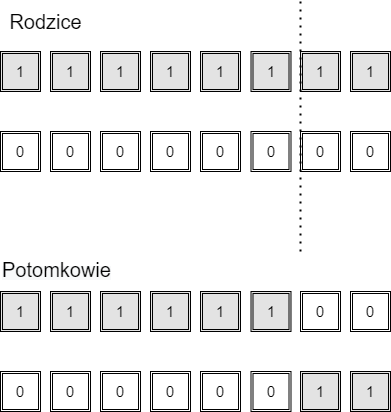
Above: grafika/ag_krzyzowanie.png in KamilLetowski/mgr (draw.io), before the change. Source tidied: cells renumbered, new cells last; positions are measured from the earlier drawing's top-left corner, leaving out a move shared by most shapes.
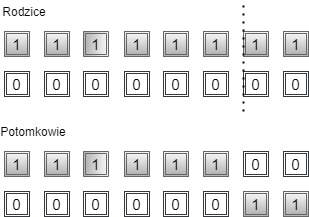
Above is the later version.

What changed in the source:
```diff
@@ -2,113 +2,113 @@
   <root>
     <mxCell id="0" />
     <mxCell id="1" parent="0" />
+    <mxCell id="37" value="&lt;span style=&quot;font-size: 15px&quot;&gt;1&lt;/span&gt;" style="shape=ext;double=1;rounded=0;whiteSpace=wrap;html=1;strokeColor=#666666;fillColor=#f5f5f5;gradientColor=#b3b3b3;" parent="1" vertex="1">
+      <mxGeometry x="201" y="140" width="25" height="25" as="geometry" />
+    </mxCell>
+    <mxCell id="38" value="&lt;span style=&quot;font-size: 15px&quot;&gt;1&lt;/span&gt;" style="shape=ext;double=1;rounded=0;whiteSpace=wrap;html=1;fillColor=#f5f5f5;strokeColor=#666666;direction=south;gradientColor=#b3b3b3;" parent="1" vertex="1">
+      <mxGeometry x="240" y="140" width="25" height="25" as="geometry" />
+    </mxCell>
+    <mxCell id="39" value="&lt;span style=&quot;font-size: 15px&quot;&gt;1&lt;/span&gt;" style="shape=ext;double=1;rounded=0;whiteSpace=wrap;html=1;gradientColor=#b3b3b3;fillColor=#f5f5f5;strokeColor=#666666;" parent="1" vertex="1">
+      <mxGeometry x="281" y="140" width="25" height="25" as="geometry" />
+    </mxCell>
+    <mxCell id="40" value="&lt;span style=&quot;font-size: 15px&quot;&gt;1&lt;/span&gt;" style="shape=ext;double=1;rounded=0;whiteSpace=wrap;html=1;fillColor=#f5f5f5;strokeColor=#666666;gradientColor=#b3b3b3;" parent="1" vertex="1">
+      <mxGeometry x="440" y="140" width="25" height="25" as="geometry" />
+    </mxCell>
+    <mxCell id="41" value="&lt;span style=&quot;font-size: 15px&quot;&gt;1&lt;/span&gt;" style="shape=ext;double=1;rounded=0;whiteSpace=wrap;html=1;fillColor=#f5f5f5;strokeColor=#666666;gradientColor=#b3b3b3;" parent="1" vertex="1">
+      <mxGeometry x="400" y="140" width="25" height="25" as="geometry" />
+    </mxCell>
+    <mxCell id="42" value="&lt;span style=&quot;font-size: 15px&quot;&gt;0&lt;/span&gt;" style="shape=ext;double=1;rounded=0;whiteSpace=wrap;html=1;strokeColor=#36393d;fillColor=#FFFFFF;" parent="1" vertex="1">
+      <mxGeometry x="161" y="180" width="25" height="25" as="geometry" />
+    </mxCell>
-    <mxCell id="2" value="&lt;font style=&quot;font-size: 20px&quot;&gt;Rodzice&lt;/font&gt;" style="text;html=1;align=center;verticalAlign=middle;strokeColor=none;" parent="1" vertex="1">
-      <mxGeometry y="10" width="90" height="20" as="geometry" />
+    <mxCell id="2" value="Rodzice" style="text;html=1;strokeColor=none;fillColor=none;align=center;verticalAlign=middle;whiteSpace=wrap;rounded=0;" parent="1" vertex="1">
+      <mxGeometry x="161" y="110" width="40" height="20" as="geometry" />
     </mxCell>
-    <mxCell id="3" value="&lt;font style=&quot;font-size: 15px&quot;&gt;1&lt;/font&gt;" style="shape=ext;double=1;rounded=0;whiteSpace=wrap;html=1;fillColor=#E3E3E3;" parent="1" vertex="1">
-      <mxGeometry y="50" width="40" height="40" as="geometry" />
-    </mxCell>
+    <mxCell id="43" value="&lt;span style=&quot;font-size: 15px&quot;&gt;1&lt;/span&gt;" style="shape=ext;double=1;rounded=0;whiteSpace=wrap;html=1;fillColor=#f5f5f5;strokeColor=#666666;gradientColor=#b3b3b3;" parent="1" vertex="1">
+      <mxGeometry x="360" y="140" width="25" height="25" as="geometry" />
+    </mxCell>
+    <mxCell id="44" value="&lt;span style=&quot;font-size: 15px&quot;&gt;1&lt;/span&gt;" style="shape=ext;double=1;rounded=0;whiteSpace=wrap;html=1;fillColor=#f5f5f5;strokeColor=#666666;gradientColor=#b3b3b3;" parent="1" vertex="1">
+      <mxGeometry x="320" y="140" width="25" height="25" as="geometry" />
+    </mxCell>
+    <mxCell id="45" value="&lt;span style=&quot;font-size: 15px&quot;&gt;1&lt;/span&gt;" style="shape=ext;double=1;rounded=0;whiteSpace=wrap;html=1;fillColor=#f5f5f5;strokeColor=#666666;gradientColor=#b3b3b3;" parent="1" vertex="1">
+      <mxGeometry x="161" y="140" width="25" height="25" as="geometry" />
+    </mxCell>
+    <mxCell id="46" value="&lt;span style=&quot;font-size: 15px&quot;&gt;0&lt;/span&gt;" style="shape=ext;double=1;rounded=0;whiteSpace=wrap;html=1;strokeColor=#36393d;fillColor=#FFFFFF;" parent="1" vertex="1">
+      <mxGeometry x="201" y="180" width="25" height="25" as="geometry" />
+    </mxCell>
+    <mxCell id="47" value="&lt;span style=&quot;font-size: 15px&quot;&gt;0&lt;/span&gt;" style="shape=ext;double=1;rounded=0;whiteSpace=wrap;html=1;strokeColor=#36393d;fillColor=#FFFFFF;" parent="1" vertex="1">
+      <mxGeometry x="240" y="180" width="25" height="25" as="geometry" />
+    </mxCell>
+    <mxCell id="48" value="&lt;span style=&quot;font-size: 15px&quot;&gt;0&lt;/span&gt;" style="shape=ext;double=1;rounded=0;whiteSpace=wrap;html=1;strokeColor=#36393d;fillColor=#FFFFFF;" parent="1" vertex="1">
+      <mxGeometry x="281" y="180" width="25" height="25" as="geometry" />
+    </mxCell>
+    <mxCell id="49" value="&lt;span style=&quot;font-size: 15px&quot;&gt;0&lt;/span&gt;" style="shape=ext;double=1;rounded=0;whiteSpace=wrap;html=1;strokeColor=#36393d;fillColor=#FFFFFF;" parent="1" vertex="1">
+      <mxGeometry x="320" y="180" width="25" height="25" as="geometry" />
+    </mxCell>
+    <mxCell id="50" value="&lt;span style=&quot;font-size: 15px&quot;&gt;0&lt;/span&gt;" style="shape=ext;double=1;rounded=0;whiteSpace=wrap;html=1;strokeColor=#36393d;fillColor=#FFFFFF;" parent="1" vertex="1">
+      <mxGeometry x="360" y="180" width="25" height="25" as="geometry" />
+    </mxCell>
+    <mxCell id="51" value="&lt;span style=&quot;font-size: 15px&quot;&gt;0&lt;/span&gt;" style="shape=ext;double=1;rounded=0;whiteSpace=wrap;html=1;strokeColor=#36393d;fillColor=#FFFFFF;" parent="1" vertex="1">
+      <mxGeometry x="400" y="180" width="25" height="25" as="geometry" />
+    </mxCell>
+    <mxCell id="52" value="&lt;span style=&quot;font-size: 15px&quot;&gt;0&lt;/span&gt;" style="shape=ext;double=1;rounded=0;whiteSpace=wrap;html=1;strokeColor=#36393d;fillColor=#FFFFFF;" parent="1" vertex="1">
+      <mxGeometry x="440" y="180" width="25" height="25" as="geometry" />
+    </mxCell>
-    <mxCell id="4" value="&lt;span style=&quot;color: rgb(0 , 0 , 0) ; font-family: &amp;#34;helvetica&amp;#34; ; font-style: normal ; font-weight: 400 ; letter-spacing: normal ; text-align: center ; text-indent: 0px ; text-transform: none ; word-spacing: 0px ; background-color: rgb(248 , 249 , 250) ; display: inline ; float: none&quot;&gt;&lt;font style=&quot;font-size: 20px&quot;&gt;Potomkowie&lt;/font&gt;&lt;/span&gt;" style="text;whiteSpace=wrap;html=1;" parent="1" vertex="1">
-      <mxGeometry y="250" width="130" height="40" as="geometry" />
+    <mxCell id="4" value="Potomkowie" style="text;html=1;strokeColor=none;fillColor=none;align=center;verticalAlign=middle;whiteSpace=wrap;rounded=0;" parent="1" vertex="1">
+      <mxGeometry x="170" y="230" width="40" height="20" as="geometry" />
     </mxCell>
-    <mxCell id="5" value="&lt;font style=&quot;font-size: 15px&quot;&gt;1&lt;/font&gt;" style="shape=ext;double=1;rounded=0;whiteSpace=wrap;html=1;fillColor=#E3E3E3;" parent="1" vertex="1">
-      <mxGeometry x="50" y="50" width="40" height="40" as="geometry" />
-    </mxCell>
-    <mxCell id="6" value="&lt;font style=&quot;font-size: 15px&quot;&gt;1&lt;/font&gt;" style="shape=ext;double=1;rounded=0;whiteSpace=wrap;html=1;fillColor=#E3E3E3;" parent="1" vertex="1">
-      <mxGeometry x="100" y="50" width="40" height="40" as="geometry" />
-    </mxCell>
-    <mxCell id="7" value="&lt;font style=&quot;font-size: 15px&quot;&gt;1&lt;/font&gt;" style="shape=ext;double=1;rounded=0;whiteSpace=wrap;html=1;fillColor=#E3E3E3;" parent="1" vertex="1">
-      <mxGeometry x="150" y="50" width="40" height="40" as="geometry" />
-    </mxCell>
-    <mxCell id="8" value="&lt;font style=&quot;font-size: 15px&quot;&gt;1&lt;/font&gt;" style="shape=ext;double=1;rounded=0;whiteSpace=wrap;html=1;fillColor=#E3E3E3;" parent="1" vertex="1">
-      <mxGeometry x="200" y="50" width="40" height="40" as="geometry" />
-    </mxCell>
-    <mxCell id="9" value="&lt;font style=&quot;font-size: 15px&quot;&gt;1&lt;/font&gt;" style="shape=ext;double=1;rounded=0;whiteSpace=wrap;html=1;fillColor=#E3E3E3;" parent="1" vertex="1">
-      <mxGeometry x="250.5" y="50" width="40" height="40" as="geometry" />
-    </mxCell>
-    <mxCell id="10" value="&lt;font style=&quot;font-size: 15px&quot;&gt;1&lt;/font&gt;" style="shape=ext;double=1;rounded=0;whiteSpace=wrap;html=1;fillColor=#E3E3E3;" parent="1" vertex="1">
-      <mxGeometry x="300" y="50" width="40" height="40" as="geometry" />
-    </mxCell>
-    <mxCell id="11" value="&lt;font style=&quot;font-size: 15px&quot;&gt;1&lt;/font&gt;" style="shape=ext;double=1;rounded=0;whiteSpace=wrap;html=1;fillColor=#E3E3E3;" parent="1" vertex="1">
-      <mxGeometry x="350" y="50" width="40" height="40" as="geometry" />
-    </mxCell>
-    <mxCell id="12" value="&lt;span style=&quot;font-size: 15px&quot;&gt;0&lt;/span&gt;" style="shape=ext;double=1;rounded=0;whiteSpace=wrap;html=1;" parent="1" vertex="1">
-      <mxGeometry y="130" width="40" height="40" as="geometry" />
-    </mxCell>
-    <mxCell id="13" value="&lt;span style=&quot;font-size: 15px&quot;&gt;0&lt;/span&gt;" style="shape=ext;double=1;rounded=0;whiteSpace=wrap;html=1;" parent="1" vertex="1">
-      <mxGeometry x="50" y="130" width="40" height="40" as="geometry" />
-    </mxCell>
-    <mxCell id="14" value="&lt;span style=&quot;font-size: 15px&quot;&gt;0&lt;/span&gt;" style="shape=ext;double=1;rounded=0;whiteSpace=wrap;html=1;" parent="1" vertex="1">
-      <mxGeometry x="100" y="130" width="40" height="40" as="geometry" />
-    </mxCell>
-    <mxCell id="15" value="&lt;span style=&quot;font-size: 15px&quot;&gt;0&lt;/span&gt;" style="shape=ext;double=1;rounded=0;whiteSpace=wrap;html=1;" parent="1" vertex="1">
-      <mxGeometry x="150" y="130" width="40" height="40" as="geometry" />
-    </mxCell>
-    <mxCell id="16" value="&lt;span style=&quot;font-size: 15px&quot;&gt;0&lt;/span&gt;" style="shape=ext;double=1;rounded=0;whiteSpace=wrap;html=1;" parent="1" vertex="1">
-      <mxGeometry x="250.5" y="130" width="40" height="40" as="geometry" />
-    </mxCell>
-    <mxCell id="17" value="&lt;span style=&quot;font-size: 15px&quot;&gt;0&lt;/span&gt;" style="shape=ext;double=1;rounded=0;whiteSpace=wrap;html=1;" parent="1" vertex="1">
-      <mxGeometry x="200" y="130" width="40" height="40" as="geometry" />
-    </mxCell>
-    <mxCell id="18" value="&lt;span style=&quot;font-size: 15px&quot;&gt;0&lt;/span&gt;" style="shape=ext;double=1;rounded=0;whiteSpace=wrap;html=1;" parent="1" vertex="1">
-      <mxGeometry x="300" y="130" width="40" height="40" as="geometry" />
-    </mxCell>
-    <mxCell id="19" value="&lt;span style=&quot;font-size: 15px&quot;&gt;0&lt;/span&gt;" style="shape=ext;double=1;rounded=0;whiteSpace=wrap;html=1;" parent="1" vertex="1">
-      <mxGeometry x="350" y="130" width="40" height="40" as="geometry" />
-    </mxCell>
-    <mxCell id="20" style="endArrow=none;dashed=1;html=1;dashPattern=1 3;strokeWidth=2;" parent="1" edge="1">
-      <mxGeometry relative="1" as="geometry">
-        <mxPoint x="300" y="250" as="sourcePoint" />
-        <mxPoint x="300" as="targetPoint" />
-      </mxGeometry>
-    </mxCell>
-    <mxCell id="21" value="&lt;font style=&quot;font-size: 15px&quot;&gt;1&lt;/font&gt;" style="shape=ext;double=1;rounded=0;whiteSpace=wrap;html=1;fillColor=#E3E3E3;" parent="1" vertex="1">
-      <mxGeometry y="290" width="40" height="40" as="geometry" />
-    </mxCell>
-    <mxCell id="22" value="&lt;font style=&quot;font-size: 15px&quot;&gt;1&lt;/font&gt;" style="shape=ext;double=1;rounded=0;whiteSpace=wrap;html=1;fillColor=#E3E3E3;" parent="1" vertex="1">
-      <mxGeometry x="50" y="290" width="40" height="40" as="geometry" />
-    </mxCell>
-    <mxCell id="23" value="&lt;font style=&quot;font-size: 15px&quot;&gt;1&lt;/font&gt;" style="shape=ext;double=1;rounded=0;whiteSpace=wrap;html=1;fillColor=#E3E3E3;" parent="1" vertex="1">
-      <mxGeometry x="100" y="290" width="40" height="40" as="geometry" />
-    </mxCell>
-    <mxCell id="24" value="&lt;font style=&quot;font-size: 15px&quot;&gt;1&lt;/font&gt;" style="shape=ext;double=1;rounded=0;whiteSpace=wrap;html=1;fillColor=#E3E3E3;" parent="1" vertex="1">
-      <mxGeometry x="150" y="290" width="40" height="40" as="geometry" />
-    </mxCell>
-    <mxCell id="25" value="&lt;font style=&quot;font-size: 15px&quot;&gt;1&lt;/font&gt;" style="shape=ext;double=1;rounded=0;whiteSpace=wrap;html=1;fillColor=#E3E3E3;" parent="1" vertex="1">
-      <mxGeometry x="200" y="290" width="40" height="40" as="geometry" />
-    </mxCell>
-    <mxCell id="26" value="&lt;font style=&quot;font-size: 15px&quot;&gt;1&lt;/font&gt;" style="shape=ext;double=1;rounded=0;whiteSpace=wrap;html=1;fillColor=#E3E3E3;" parent="1" vertex="1">
-      <mxGeometry x="250.5" y="290" width="40" height="40" as="geometry" />
-    </mxCell>
-    <mxCell id="27" value="&lt;span style=&quot;font-size: 15px&quot;&gt;0&lt;/span&gt;" style="shape=ext;double=1;rounded=0;whiteSpace=wrap;html=1;" parent="1" vertex="1">
-      <mxGeometry y="370" width="40" height="40" as="geometry" />
-    </mxCell>
-    <mxCell id="28" value="&lt;span style=&quot;font-size: 15px&quot;&gt;0&lt;/span&gt;" style="shape=ext;double=1;rounded=0;whiteSpace=wrap;html=1;" parent="1" vertex="1">
-      <mxGeometry x="50" y="370" width="40" height="40" as="geometry" />
-    </mxCell>
-    <mxCell id="29" value="&lt;span style=&quot;font-size: 15px&quot;&gt;0&lt;/span&gt;" style="shape=ext;double=1;rounded=0;whiteSpace=wrap;html=1;" parent="1" vertex="1">
-      <mxGeometry x="100" y="370" width="40" height="40" as="geometry" />
-    </mxCell>
-    <mxCell id="30" value="&lt;span style=&quot;font-size: 15px&quot;&gt;0&lt;/span&gt;" style="shape=ext;double=1;rounded=0;whiteSpace=wrap;html=1;" parent="1" vertex="1">
-      <mxGeometry x="150" y="370" width="40" height="40" as="geometry" />
-    </mxCell>
-    <mxCell id="31" value="&lt;span style=&quot;font-size: 15px&quot;&gt;0&lt;/span&gt;" style="shape=ext;double=1;rounded=0;whiteSpace=wrap;html=1;" parent="1" vertex="1">
-      <mxGeometry x="250.5" y="370" width="40" height="40" as="geometry" />
-    </mxCell>
-    <mxCell id="32" value="&lt;span style=&quot;font-size: 15px&quot;&gt;0&lt;/span&gt;" style="shape=ext;double=1;rounded=0;whiteSpace=wrap;html=1;" parent="1" vertex="1">
-      <mxGeometry x="200" y="370" width="40" height="40" as="geometry" />
-    </mxCell>
-    <mxCell id="33" value="&lt;span style=&quot;font-size: 15px&quot;&gt;0&lt;/span&gt;" style="shape=ext;double=1;rounded=0;whiteSpace=wrap;html=1;" parent="1" vertex="1">
-      <mxGeometry x="300" y="290" width="40" height="40" as="geometry" />
-    </mxCell>
-    <mxCell id="34" value="&lt;span style=&quot;font-size: 15px&quot;&gt;0&lt;/span&gt;" style="shape=ext;double=1;rounded=0;whiteSpace=wrap;html=1;" parent="1" vertex="1">
-      <mxGeometry x="350" y="290" width="40" height="40" as="geometry" />
-    </mxCell>
-    <mxCell id="35" value="&lt;font style=&quot;font-size: 15px&quot;&gt;1&lt;/font&gt;" style="shape=ext;double=1;rounded=0;whiteSpace=wrap;html=1;fillColor=#E3E3E3;" parent="1" vertex="1">
-      <mxGeometry x="300" y="370" width="40" height="40" as="geometry" />
-    </mxCell>
-    <mxCell id="36" value="&lt;font style=&quot;font-size: 15px&quot;&gt;1&lt;/font&gt;" style="shape=ext;double=1;rounded=0;whiteSpace=wrap;html=1;fillColor=#E3E3E3;" parent="1" vertex="1">
-      <mxGeometry x="350" y="370" width="40" height="40" as="geometry" />
-    </mxCell>
+    <mxCell id="53" value="&lt;span style=&quot;font-size: 15px&quot;&gt;1&lt;/span&gt;" style="shape=ext;double=1;rounded=0;whiteSpace=wrap;html=1;strokeColor=#666666;fillColor=#f5f5f5;gradientColor=#b3b3b3;" parent="1" vertex="1">
+      <mxGeometry x="201" y="260" width="25" height="25" as="geometry" />
+    </mxCell>
+    <mxCell id="54" value="&lt;span style=&quot;font-size: 15px&quot;&gt;1&lt;/span&gt;" style="shape=ext;double=1;rounded=0;whiteSpace=wrap;html=1;fillColor=#f5f5f5;strokeColor=#666666;direction=south;gradientColor=#b3b3b3;" parent="1" vertex="1">
+      <mxGeometry x="240" y="260" width="25" height="25" as="geometry" />
+    </mxCell>
+    <mxCell id="55" value="&lt;span style=&quot;font-size: 15px&quot;&gt;1&lt;/span&gt;" style="shape=ext;double=1;rounded=0;whiteSpace=wrap;html=1;gradientColor=#b3b3b3;fillColor=#f5f5f5;strokeColor=#666666;" parent="1" vertex="1">
+      <mxGeometry x="281" y="260" width="25" height="25" as="geometry" />
+    </mxCell>
+    <mxCell id="56" value="&lt;span style=&quot;font-size: 15px&quot;&gt;1&lt;/span&gt;" style="shape=ext;double=1;rounded=0;whiteSpace=wrap;html=1;fillColor=#f5f5f5;strokeColor=#666666;gradientColor=#b3b3b3;" parent="1" vertex="1">
+      <mxGeometry x="440" y="300" width="25" height="25" as="geometry" />
+    </mxCell>
+    <mxCell id="57" value="&lt;span style=&quot;font-size: 15px&quot;&gt;1&lt;/span&gt;" style="shape=ext;double=1;rounded=0;whiteSpace=wrap;html=1;fillColor=#f5f5f5;strokeColor=#666666;gradientColor=#b3b3b3;" parent="1" vertex="1">
+      <mxGeometry x="400" y="300" width="25" height="25" as="geometry" />
+    </mxCell>
+    <mxCell id="58" value="&lt;span style=&quot;font-size: 15px&quot;&gt;0&lt;/span&gt;" style="shape=ext;double=1;rounded=0;whiteSpace=wrap;html=1;strokeColor=#36393d;fillColor=#FFFFFF;" parent="1" vertex="1">
+      <mxGeometry x="161" y="300" width="25" height="25" as="geometry" />
+    </mxCell>
+    <mxCell id="59" value="&lt;span style=&quot;font-size: 15px&quot;&gt;1&lt;/span&gt;" style="shape=ext;double=1;rounded=0;whiteSpace=wrap;html=1;fillColor=#f5f5f5;strokeColor=#666666;gradientColor=#b3b3b3;" parent="1" vertex="1">
+      <mxGeometry x="360" y="260" width="25" height="25" as="geometry" />
+    </mxCell>
+    <mxCell id="60" value="&lt;span style=&quot;font-size: 15px&quot;&gt;1&lt;/span&gt;" style="shape=ext;double=1;rounded=0;whiteSpace=wrap;html=1;fillColor=#f5f5f5;strokeColor=#666666;gradientColor=#b3b3b3;" parent="1" vertex="1">
+      <mxGeometry x="320" y="260" width="25" height="25" as="geometry" />
+    </mxCell>
+    <mxCell id="61" value="&lt;span style=&quot;font-size: 15px&quot;&gt;1&lt;/span&gt;" style="shape=ext;double=1;rounded=0;whiteSpace=wrap;html=1;fillColor=#f5f5f5;strokeColor=#666666;gradientColor=#b3b3b3;" parent="1" vertex="1">
+      <mxGeometry x="161" y="260" width="25" height="25" as="geometry" />
+    </mxCell>
+    <mxCell id="62" value="&lt;span style=&quot;font-size: 15px&quot;&gt;0&lt;/span&gt;" style="shape=ext;double=1;rounded=0;whiteSpace=wrap;html=1;strokeColor=#36393d;fillColor=#FFFFFF;" parent="1" vertex="1">
+      <mxGeometry x="201" y="300" width="25" height="25" as="geometry" />
+    </mxCell>
+    <mxCell id="63" value="&lt;span style=&quot;font-size: 15px&quot;&gt;0&lt;/span&gt;" style="shape=ext;double=1;rounded=0;whiteSpace=wrap;html=1;strokeColor=#36393d;fillColor=#FFFFFF;" parent="1" vertex="1">
+      <mxGeometry x="240" y="300" width="25" height="25" as="geometry" />
+    </mxCell>
+    <mxCell id="64" value="&lt;span style=&quot;font-size: 15px&quot;&gt;0&lt;/span&gt;" style="shape=ext;double=1;rounded=0;whiteSpace=wrap;html=1;strokeColor=#36393d;fillColor=#FFFFFF;" parent="1" vertex="1">
+      <mxGeometry x="281" y="300" width="25" height="25" as="geometry" />
+    </mxCell>
+    <mxCell id="65" value="&lt;span style=&quot;font-size: 15px&quot;&gt;0&lt;/span&gt;" style="shape=ext;double=1;rounded=0;whiteSpace=wrap;html=1;strokeColor=#36393d;fillColor=#FFFFFF;" parent="1" vertex="1">
+      <mxGeometry x="320" y="300" width="25" height="25" as="geometry" />
+    </mxCell>
+    <mxCell id="66" value="&lt;span style=&quot;font-size: 15px&quot;&gt;0&lt;/span&gt;" style="shape=ext;double=1;rounded=0;whiteSpace=wrap;html=1;strokeColor=#36393d;fillColor=#FFFFFF;" parent="1" vertex="1">
+      <mxGeometry x="360" y="300" width="25" height="25" as="geometry" />
+    </mxCell>
+    <mxCell id="67" value="&lt;span style=&quot;font-size: 15px&quot;&gt;0&lt;/span&gt;" style="shape=ext;double=1;rounded=0;whiteSpace=wrap;html=1;strokeColor=#36393d;fillColor=#FFFFFF;" parent="1" vertex="1">
+      <mxGeometry x="400" y="260" width="25" height="25" as="geometry" />
+    </mxCell>
+    <mxCell id="68" value="&lt;span style=&quot;font-size: 15px&quot;&gt;0&lt;/span&gt;" style="shape=ext;double=1;rounded=0;whiteSpace=wrap;html=1;strokeColor=#36393d;fillColor=#FFFFFF;" parent="1" vertex="1">
+      <mxGeometry x="440" y="260" width="25" height="25" as="geometry" />
+    </mxCell>
+    <mxCell id="69" style="endArrow=none;dashed=1;html=1;dashPattern=1 3;strokeWidth=2;" parent="1" edge="1">
+      <mxGeometry relative="1" as="geometry">
+        <mxPoint x="400" y="220" as="sourcePoint" />
+        <mxPoint x="400" y="110" as="targetPoint" />
+      </mxGeometry>
+    </mxCell>
   </root>
 </mxGraphModel>
```
